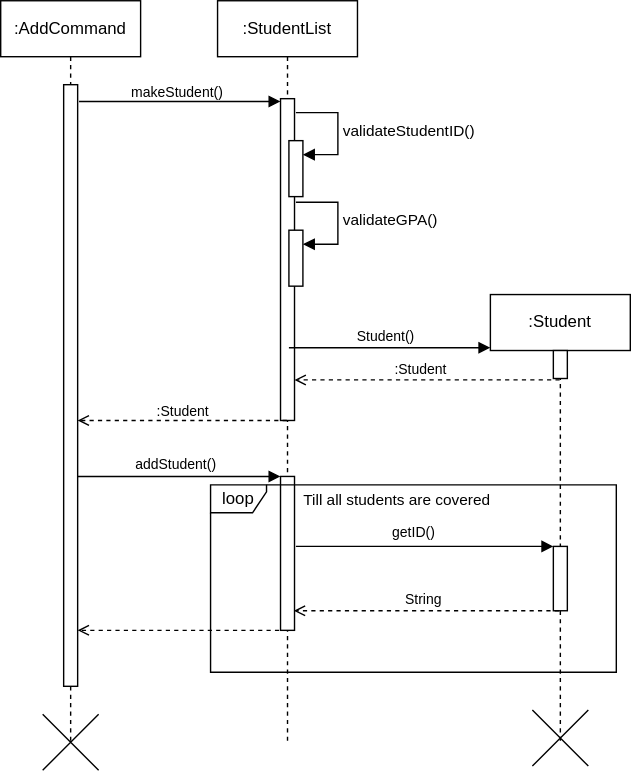
The draw.io diagram docs/UML_Diagrams/StudentList.drawio.svg in paulktham/tp, before a commit. Source tidied: cells renumbered, new cells last; positions are measured from the earlier drawing's top-left corner, leaving out a move shared by most shapes. The source it was exported from:
```xml
<mxGraphModel>
  <root>
    <mxCell id="0" />
    <mxCell id="1" parent="0" />
    <mxCell id="2" value=":AddCommand" style="shape=umlLifeline;perimeter=lifelinePerimeter;whiteSpace=wrap;html=1;newEdgeStyle={&quot;edgeStyle&quot;:&quot;elbowEdgeStyle&quot;,&quot;elbow&quot;:&quot;vertical&quot;,&quot;curved&quot;:0,&quot;rounded&quot;:0};" parent="1" vertex="1">
      <mxGeometry width="100" height="530" as="geometry" />
    </mxCell>
    <mxCell id="3" style="html=1;points=[[0,0,0,0,5],[0,1,0,0,-5],[1,0,0,0,5],[1,1,0,0,-5]];perimeter=orthogonalPerimeter;outlineConnect=0;targetShapes=umlLifeline;portConstraint=eastwest;newEdgeStyle={&quot;curved&quot;:0,&quot;rounded&quot;:0};" parent="2" vertex="1">
      <mxGeometry x="45" y="60" width="10" height="430" as="geometry" />
    </mxCell>
    <mxCell id="4" value=":Student" style="shape=umlLifeline;perimeter=lifelinePerimeter;whiteSpace=wrap;html=1;newEdgeStyle={&quot;edgeStyle&quot;:&quot;elbowEdgeStyle&quot;,&quot;elbow&quot;:&quot;vertical&quot;,&quot;curved&quot;:0,&quot;rounded&quot;:0};" parent="1" vertex="1">
      <mxGeometry x="350" y="210" width="100" height="320" as="geometry" />
    </mxCell>
    <mxCell id="5" style="html=1;perimeter=orthogonalPerimeter;targetShapes=umlLifeline;newEdgeStyle={&quot;curved&quot;:0,&quot;rounded&quot;:0};" parent="4" vertex="1">
      <mxGeometry x="45" y="40" width="10" height="20" as="geometry" />
    </mxCell>
    <mxCell id="6" style="shape=umlDestroy;dashed=0;targetShapes=umlLifeline;" parent="4" vertex="1">
      <mxGeometry x="30" y="297" width="40" height="40" as="geometry" />
    </mxCell>
    <mxCell id="7" value=":StudentList" style="shape=umlLifeline;perimeter=lifelinePerimeter;whiteSpace=wrap;html=1;newEdgeStyle={&quot;edgeStyle&quot;:&quot;elbowEdgeStyle&quot;,&quot;elbow&quot;:&quot;vertical&quot;,&quot;curved&quot;:0,&quot;rounded&quot;:0};" parent="1" vertex="1">
      <mxGeometry x="155" width="100" height="530" as="geometry" />
    </mxCell>
    <mxCell id="8" style="html=1;perimeter=orthogonalPerimeter;targetShapes=umlLifeline;newEdgeStyle={&quot;curved&quot;:0,&quot;rounded&quot;:0};" parent="7" vertex="1">
      <mxGeometry x="45" y="70" width="10" height="230" as="geometry" />
    </mxCell>
    <mxCell id="9" style="html=1;points=[[0,0,0,0,5],[0,1,0,0,-5],[1,0,0,0,5],[1,1,0,0,-5]];perimeter=orthogonalPerimeter;outlineConnect=0;targetShapes=umlLifeline;portConstraint=eastwest;newEdgeStyle={&quot;curved&quot;:0,&quot;rounded&quot;:0};" parent="7" vertex="1">
      <mxGeometry x="51" y="100" width="10" height="40" as="geometry" />
    </mxCell>
    <mxCell id="10" value="validateStudentID()" style="html=1;align=left;spacingLeft=2;endArrow=block;rounded=0;edgeStyle=orthogonalEdgeStyle;curved=0;rounded=0;" parent="7" edge="1" target="9">
      <mxGeometry relative="1" as="geometry">
        <mxPoint x="56" y="80" as="sourcePoint" />
        <Array as="points">
          <mxPoint x="86" y="110" />
        </Array>
      </mxGeometry>
    </mxCell>
    <mxCell id="11" style="html=1;verticalAlign=bottom;labelBackgroundColor=none;endArrow=block;endFill=1;rounded=0;" parent="1" edge="1">
      <mxGeometry relative="1" as="geometry">
        <mxPoint x="56" y="72" as="sourcePoint" />
        <mxPoint x="200" y="72" as="targetPoint" />
        <Array as="points">
          <mxPoint x="110" y="72" />
        </Array>
      </mxGeometry>
    </mxCell>
    <mxCell id="12" value="&lt;font style=&quot;font-size: 10px;&quot;&gt;makeStudent()&lt;/font&gt;" style="text;html=1;align=center;verticalAlign=middle;strokeColor=none;fillColor=none;" parent="1" vertex="1">
      <mxGeometry x="81" y="50" width="90" height="30" as="geometry" />
    </mxCell>
    <mxCell id="13" value="&lt;font style=&quot;font-size: 10px;&quot;&gt;Student()&lt;/font&gt;" style="text;html=1;align=center;verticalAlign=middle;strokeColor=none;fillColor=none;" parent="1" vertex="1">
      <mxGeometry x="245" y="225" width="60" height="30" as="geometry" />
    </mxCell>
    <mxCell id="14" style="html=1;verticalAlign=bottom;labelBackgroundColor=none;endArrow=open;endFill=0;dashed=1;rounded=0;" parent="1" edge="1">
      <mxGeometry relative="1" as="geometry">
        <mxPoint x="399.5" y="271" as="sourcePoint" />
        <mxPoint x="210" y="271" as="targetPoint" />
        <Array as="points">
          <mxPoint x="260" y="271" />
        </Array>
      </mxGeometry>
    </mxCell>
    <mxCell id="15" value="&lt;font style=&quot;font-size: 10px;&quot;&gt;:Student&lt;/font&gt;" style="text;html=1;align=center;verticalAlign=middle;strokeColor=none;fillColor=none;" parent="1" vertex="1">
      <mxGeometry x="270" y="248" width="60" height="30" as="geometry" />
    </mxCell>
    <mxCell id="16" style="html=1;verticalAlign=bottom;labelBackgroundColor=none;endArrow=open;endFill=0;dashed=1;rounded=0;" parent="1" edge="1">
      <mxGeometry relative="1" as="geometry">
        <mxPoint x="204.5" y="300" as="sourcePoint" />
        <mxPoint x="55" y="300" as="targetPoint" />
        <Array as="points">
          <mxPoint x="70" y="300" />
        </Array>
      </mxGeometry>
    </mxCell>
    <mxCell id="17" value="&lt;font style=&quot;font-size: 10px;&quot;&gt;:Student&lt;/font&gt;" style="text;html=1;align=center;verticalAlign=middle;strokeColor=none;fillColor=none;" parent="1" vertex="1">
      <mxGeometry x="100" y="278" width="60" height="30" as="geometry" />
    </mxCell>
    <mxCell id="18" style="shape=umlDestroy;dashed=0;targetShapes=umlLifeline;" parent="1" vertex="1">
      <mxGeometry x="30" y="510" width="40" height="40" as="geometry" />
    </mxCell>
    <mxCell id="19" value="&lt;font style=&quot;font-size: 10px;&quot;&gt;addStudent()&lt;/font&gt;" style="text;html=1;align=center;verticalAlign=middle;strokeColor=none;fillColor=none;" parent="1" vertex="1">
      <mxGeometry x="85" y="316" width="80" height="30" as="geometry" />
    </mxCell>
    <mxCell id="20" style="html=1;verticalAlign=bottom;labelBackgroundColor=none;endArrow=open;endFill=0;dashed=1;rounded=0;" parent="1" edge="1">
      <mxGeometry relative="1" as="geometry">
        <mxPoint x="205" y="450" as="sourcePoint" />
        <mxPoint x="55" y="450" as="targetPoint" />
        <Array as="points">
          <mxPoint x="70" y="450" />
        </Array>
      </mxGeometry>
    </mxCell>
    <mxCell id="21" style="html=1;verticalAlign=bottom;labelBackgroundColor=none;endArrow=block;endFill=1;rounded=0;" parent="1" edge="1">
      <mxGeometry relative="1" as="geometry">
        <mxPoint x="206" y="248" as="sourcePoint" />
        <mxPoint x="350" y="248" as="targetPoint" />
        <Array as="points">
          <mxPoint x="260" y="248" />
        </Array>
      </mxGeometry>
    </mxCell>
    <mxCell id="22" style="html=1;points=[[0,0,0,0,5],[0,1,0,0,-5],[1,0,0,0,5],[1,1,0,0,-5]];perimeter=orthogonalPerimeter;outlineConnect=0;targetShapes=umlLifeline;portConstraint=eastwest;newEdgeStyle={&quot;curved&quot;:0,&quot;rounded&quot;:0};" parent="1" vertex="1">
      <mxGeometry x="206" y="164" width="10" height="40" as="geometry" />
    </mxCell>
    <mxCell id="23" value="validateGPA()" style="html=1;align=left;spacingLeft=2;endArrow=block;rounded=0;edgeStyle=orthogonalEdgeStyle;curved=0;rounded=0;" parent="1" edge="1" target="22">
      <mxGeometry relative="1" as="geometry">
        <mxPoint x="211" y="144" as="sourcePoint" />
        <Array as="points">
          <mxPoint x="241" y="174" />
        </Array>
      </mxGeometry>
    </mxCell>
    <mxCell id="24" style="html=1;verticalAlign=bottom;labelBackgroundColor=none;endArrow=block;endFill=1;rounded=0;" parent="1" edge="1" source="3" target="25">
      <mxGeometry relative="1" as="geometry" />
    </mxCell>
    <mxCell id="25" style="html=1;points=[[0,0,0,0,5],[0,1,0,0,-5],[1,0,0,0,5],[1,1,0,0,-5]];perimeter=orthogonalPerimeter;outlineConnect=0;targetShapes=umlLifeline;portConstraint=eastwest;newEdgeStyle={&quot;curved&quot;:0,&quot;rounded&quot;:0};" parent="1" vertex="1">
      <mxGeometry x="200" y="340" width="10" height="110" as="geometry" />
    </mxCell>
    <mxCell id="26" value="loop" style="shape=umlFrame;whiteSpace=wrap;html=1;width=40;height=20;" parent="1" vertex="1">
      <mxGeometry x="150" y="346" width="290" height="134" as="geometry" />
    </mxCell>
    <mxCell id="27" value="&lt;font style=&quot;font-size: 11px;&quot;&gt;Till all students are covered&lt;/font&gt;" style="text;html=1;align=center;verticalAlign=middle;strokeColor=none;fillColor=none;" parent="26" vertex="1">
      <mxGeometry x="53" y="-4" width="160" height="30" as="geometry" />
    </mxCell>
    <mxCell id="28" style="html=1;points=[[0,0,0,0,5],[0,1,0,0,-5],[1,0,0,0,5],[1,1,0,0,-5]];perimeter=orthogonalPerimeter;outlineConnect=0;targetShapes=umlLifeline;portConstraint=eastwest;newEdgeStyle={&quot;curved&quot;:0,&quot;rounded&quot;:0};" parent="26" vertex="1">
      <mxGeometry x="245" y="44" width="10" height="46" as="geometry" />
    </mxCell>
    <mxCell id="29" style="html=1;verticalAlign=bottom;labelBackgroundColor=none;endArrow=block;endFill=1;rounded=0;" parent="26" edge="1" target="28">
      <mxGeometry relative="1" as="geometry">
        <mxPoint x="61" y="44" as="sourcePoint" />
        <Array as="points">
          <mxPoint x="115" y="44" />
        </Array>
      </mxGeometry>
    </mxCell>
    <mxCell id="30" value="&lt;font style=&quot;font-size: 10px;&quot;&gt;getID()&lt;/font&gt;" style="text;html=1;align=center;verticalAlign=middle;strokeColor=none;fillColor=none;" parent="26" vertex="1">
      <mxGeometry x="120" y="19" width="50" height="30" as="geometry" />
    </mxCell>
    <mxCell id="31" style="html=1;verticalAlign=bottom;labelBackgroundColor=none;endArrow=open;endFill=0;dashed=1;rounded=0;" parent="26" edge="1">
      <mxGeometry relative="1" as="geometry">
        <mxPoint x="249" y="90" as="sourcePoint" />
        <mxPoint x="59.5" y="90" as="targetPoint" />
        <Array as="points">
          <mxPoint x="109.5" y="90" />
        </Array>
      </mxGeometry>
    </mxCell>
    <mxCell id="32" value="&lt;font style=&quot;font-size: 10px;&quot;&gt;String&lt;/font&gt;" style="text;html=1;align=center;verticalAlign=middle;strokeColor=none;fillColor=none;" parent="26" vertex="1">
      <mxGeometry x="127" y="67" width="50" height="30" as="geometry" />
    </mxCell>
  </root>
</mxGraphModel>
```
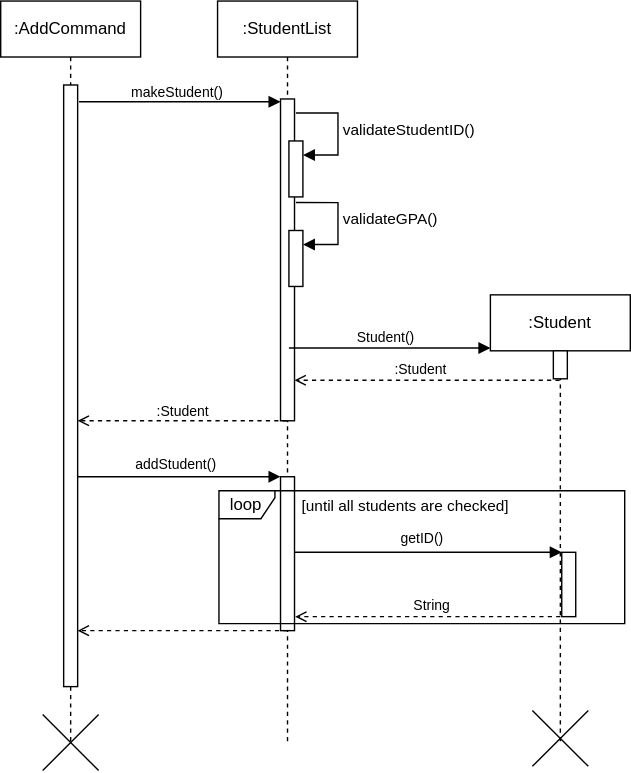
After the change.

Commit message:
edit according to comments

Change to the diagram source:
```diff
@@ -115,17 +115,17 @@
       <mxGeometry x="200" y="340" width="10" height="110" as="geometry" />
     </mxCell>
     <mxCell id="26" value="loop" style="shape=umlFrame;whiteSpace=wrap;html=1;width=40;height=20;" parent="1" vertex="1">
-      <mxGeometry x="150" y="346" width="290" height="134" as="geometry" />
+      <mxGeometry x="156" y="350" width="290" height="95" as="geometry" />
     </mxCell>
-    <mxCell id="27" value="&lt;font style=&quot;font-size: 11px;&quot;&gt;Till all students are covered&lt;/font&gt;" style="text;html=1;align=center;verticalAlign=middle;strokeColor=none;fillColor=none;" parent="26" vertex="1">
-      <mxGeometry x="53" y="-4" width="160" height="30" as="geometry" />
+    <mxCell id="27" value="&lt;font style=&quot;font-size: 11px;&quot;&gt;[until all students are checked]&lt;/font&gt;" style="text;html=1;align=center;verticalAlign=middle;strokeColor=none;fillColor=none;" parent="26" vertex="1">
+      <mxGeometry x="48" y="-4" width="170" height="30" as="geometry" />
     </mxCell>
     <mxCell id="28" style="html=1;points=[[0,0,0,0,5],[0,1,0,0,-5],[1,0,0,0,5],[1,1,0,0,-5]];perimeter=orthogonalPerimeter;outlineConnect=0;targetShapes=umlLifeline;portConstraint=eastwest;newEdgeStyle={&quot;curved&quot;:0,&quot;rounded&quot;:0};" parent="26" vertex="1">
       <mxGeometry x="245" y="44" width="10" height="46" as="geometry" />
     </mxCell>
     <mxCell id="29" style="html=1;verticalAlign=bottom;labelBackgroundColor=none;endArrow=block;endFill=1;rounded=0;" parent="26" edge="1" target="28">
       <mxGeometry relative="1" as="geometry">
-        <mxPoint x="61" y="44" as="sourcePoint" />
+        <mxPoint x="54" y="44" as="sourcePoint" />
         <Array as="points">
           <mxPoint x="115" y="44" />
         </Array>
@@ -136,10 +136,10 @@
     </mxCell>
     <mxCell id="31" style="html=1;verticalAlign=bottom;labelBackgroundColor=none;endArrow=open;endFill=0;dashed=1;rounded=0;" parent="26" edge="1">
       <mxGeometry relative="1" as="geometry">
-        <mxPoint x="249" y="90" as="sourcePoint" />
-        <mxPoint x="59.5" y="90" as="targetPoint" />
+        <mxPoint x="244" y="90" as="sourcePoint" />
+        <mxPoint x="54.5" y="90" as="targetPoint" />
         <Array as="points">
-          <mxPoint x="109.5" y="90" />
+          <mxPoint x="104.5" y="90" />
         </Array>
       </mxGeometry>
     </mxCell>
```
